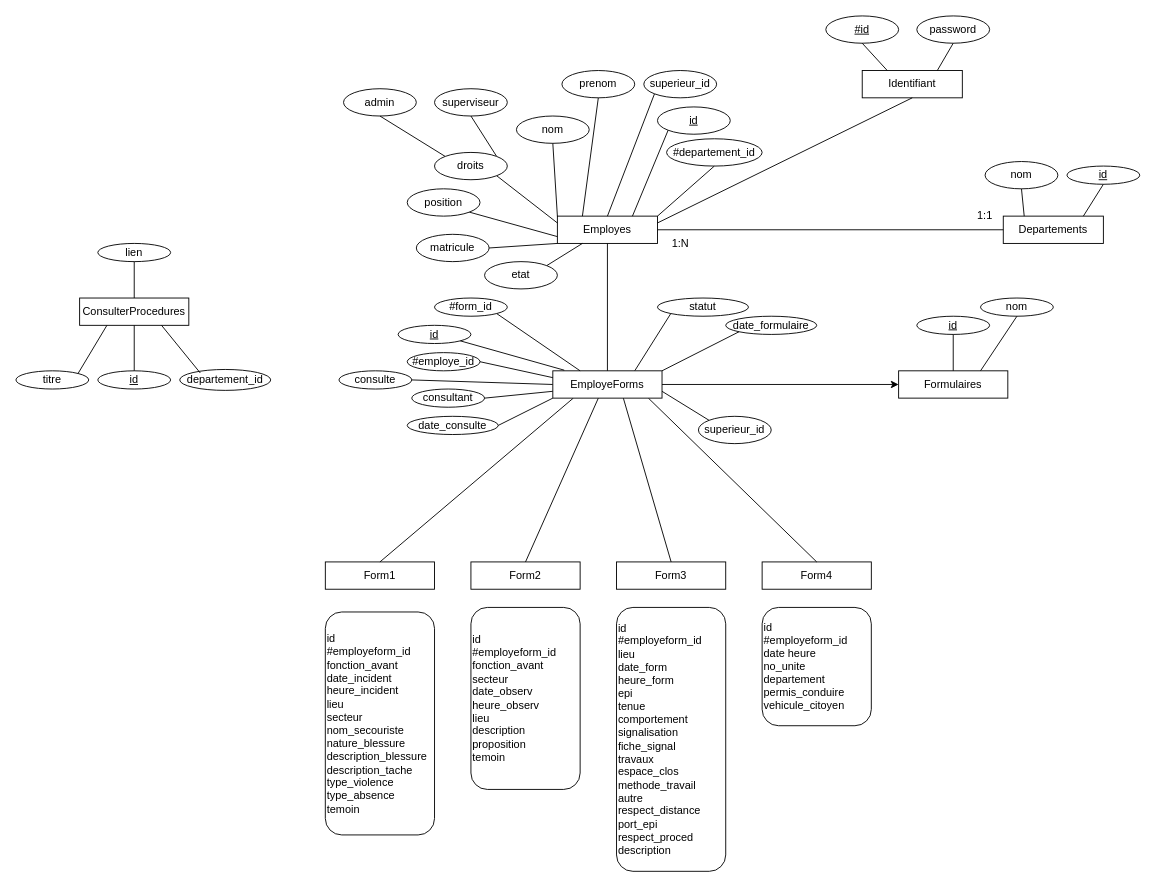
Before: Notes/BDD/BDD.drawio in antoineg94/Projet-integration, a draw.io diagram. Source tidied: cells renumbered, new cells numbered last; positions are measured from the earlier drawing's top-left corner, leaving out a move shared by most shapes. Both pictures are drawn from the tidied source at 91%, with x=0, y=0 at pixel (15, 15).
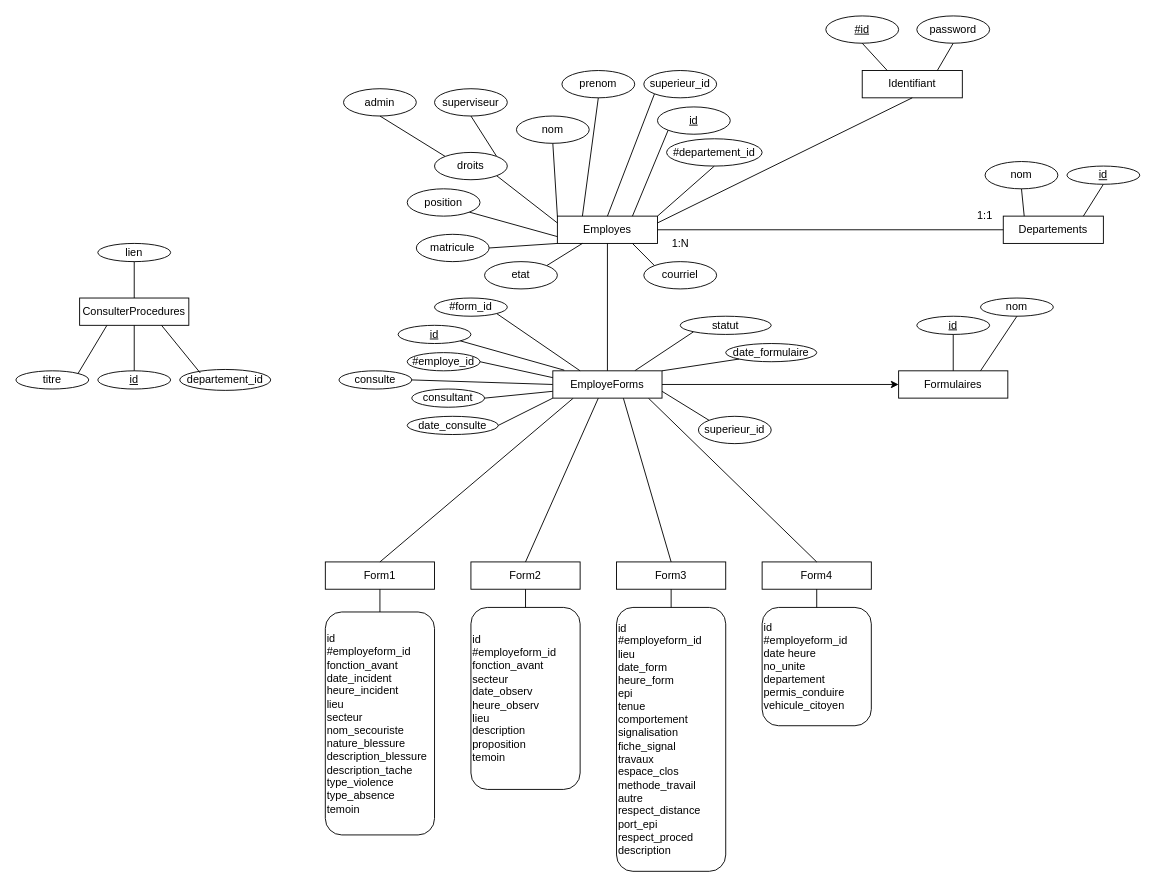
The same page after the edit.

Unchanged cells that the change refers to:
```xml
<mxCell id="2" value="Employes" style="rounded=0;whiteSpace=wrap;html=1;" parent="1" vertex="1">
  <mxGeometry x="595" y="220" width="110" height="30" as="geometry" />
</mxCell>
<mxCell id="26" value="Form1" style="rounded=0;whiteSpace=wrap;html=1;" parent="1" vertex="1">
  <mxGeometry x="340" y="600" width="120" height="30" as="geometry" />
</mxCell>
<mxCell id="27" value="Form2" style="rounded=0;whiteSpace=wrap;html=1;" parent="1" vertex="1">
  <mxGeometry x="500" y="600" width="120" height="30" as="geometry" />
</mxCell>
<mxCell id="28" value="Form3" style="rounded=0;whiteSpace=wrap;html=1;" parent="1" vertex="1">
  <mxGeometry x="660" y="600" width="120" height="30" as="geometry" />
</mxCell>
<mxCell id="29" value="Form4" style="rounded=0;whiteSpace=wrap;html=1;" parent="1" vertex="1">
  <mxGeometry x="820" y="600" width="120" height="30" as="geometry" />
</mxCell>
<mxCell id="32" value="id&lt;br&gt;#employeform_id&lt;br&gt;fonction_avant&lt;br&gt;&lt;span style=&quot;background-color: initial;&quot;&gt;date_incident&lt;/span&gt;&lt;br&gt;&lt;div style=&quot;&quot;&gt;heure_incident&lt;/div&gt;&lt;div style=&quot;&quot;&gt;lieu&lt;/div&gt;&lt;div style=&quot;&quot;&gt;secteur&lt;/div&gt;&lt;div style=&quot;&quot;&gt;nom_secouriste&lt;/div&gt;&lt;div style=&quot;&quot;&gt;nature_blessure&lt;/div&gt;&lt;div style=&quot;&quot;&gt;description_blessure&lt;/div&gt;&lt;div style=&quot;&quot;&gt;description_tache&lt;/div&gt;&lt;div style=&quot;&quot;&gt;type_violence&lt;/div&gt;&lt;div style=&quot;&quot;&gt;type_absence&lt;/div&gt;&lt;div style=&quot;&quot;&gt;temoin&lt;/div&gt;" style="rounded=1;whiteSpace=wrap;html=1;align=left;" parent="1" vertex="1">
  <mxGeometry x="340" y="655" width="120" height="245" as="geometry" />
</mxCell>
<mxCell id="33" value="id&lt;br&gt;#employeform_id&lt;br&gt;fonction_avant&lt;br&gt;&lt;span style=&quot;background-color: initial;&quot;&gt;secteur&lt;/span&gt;&lt;br&gt;&lt;div style=&quot;&quot;&gt;date_observ&lt;/div&gt;&lt;div style=&quot;&quot;&gt;heure_observ&lt;/div&gt;&lt;div style=&quot;&quot;&gt;lieu&lt;/div&gt;&lt;div style=&quot;&quot;&gt;description&lt;/div&gt;&lt;div style=&quot;&quot;&gt;proposition&lt;/div&gt;&lt;div style=&quot;&quot;&gt;temoin&lt;/div&gt;" style="rounded=1;whiteSpace=wrap;html=1;align=left;" parent="1" vertex="1">
  <mxGeometry x="500" y="650" width="120" height="200" as="geometry" />
</mxCell>
<mxCell id="34" value="id&lt;br style=&quot;border-color: var(--border-color);&quot;&gt;#employeform_id&lt;br&gt;lieu&lt;br&gt;date_form&lt;br&gt;heure_form&lt;br style=&quot;border-color: var(--border-color);&quot;&gt;&lt;div style=&quot;border-color: var(--border-color);&quot;&gt;epi&lt;/div&gt;&lt;div style=&quot;border-color: var(--border-color);&quot;&gt;tenue&lt;/div&gt;&lt;div style=&quot;border-color: var(--border-color);&quot;&gt;comportement&lt;/div&gt;&lt;div style=&quot;border-color: var(--border-color);&quot;&gt;signalisation&lt;/div&gt;&lt;div style=&quot;border-color: var(--border-color);&quot;&gt;fiche_signal&lt;/div&gt;&lt;div style=&quot;border-color: var(--border-color);&quot;&gt;travaux&lt;/div&gt;&lt;div style=&quot;border-color: var(--border-color);&quot;&gt;espace_clos&lt;/div&gt;&lt;div style=&quot;border-color: var(--border-color);&quot;&gt;methode_travail&lt;/div&gt;&lt;div style=&quot;border-color: var(--border-color);&quot;&gt;autre&lt;/div&gt;&lt;div style=&quot;border-color: var(--border-color);&quot;&gt;respect_distance&lt;/div&gt;&lt;div style=&quot;border-color: var(--border-color);&quot;&gt;port_epi&lt;/div&gt;&lt;div style=&quot;border-color: var(--border-color);&quot;&gt;respect_proced&lt;/div&gt;&lt;div style=&quot;border-color: var(--border-color);&quot;&gt;description&lt;/div&gt;" style="rounded=1;whiteSpace=wrap;html=1;align=left;" parent="1" vertex="1">
  <mxGeometry x="660" y="650" width="120" height="290" as="geometry" />
</mxCell>
<mxCell id="35" value="id&lt;br style=&quot;border-color: var(--border-color);&quot;&gt;#employeform_id&lt;br&gt;date heure&lt;br&gt;no_unite&lt;br&gt;departement&lt;br&gt;permis_conduire&lt;br&gt;vehicule_citoyen" style="rounded=1;whiteSpace=wrap;html=1;align=left;" parent="1" vertex="1">
  <mxGeometry x="820" y="650" width="120" height="130" as="geometry" />
</mxCell>
```

The edit, as a diff of the source:
```diff
@@
     <mxCell id="24" value="statut" style="ellipse;whiteSpace=wrap;html=1;" parent="1" vertex="1">
-      <mxGeometry x="705" y="310" width="100" height="20" as="geometry" />
+      <mxGeometry x="730" y="330" width="100" height="20" as="geometry" />
     </mxCell>
@@
     <mxCell id="62" value="date_formulaire" style="ellipse;whiteSpace=wrap;html=1;" parent="1" vertex="1">
-      <mxGeometry x="780" y="330" width="100" height="20" as="geometry" />
+      <mxGeometry x="780" y="360" width="100" height="20" as="geometry" />
     </mxCell>
@@
+    <mxCell id="86" value="courriel" style="ellipse;whiteSpace=wrap;html=1;" parent="1" vertex="1">
+      <mxGeometry x="690" y="270" width="80" height="30" as="geometry" />
+    </mxCell>
+    <mxCell id="87" style="endArrow=none;html=1;rounded=0;entryX=0.75;entryY=1;entryDx=0;entryDy=0;exitX=0;exitY=0;exitDx=0;exitDy=0;" parent="1" edge="1" source="86" target="2">
+      <mxGeometry relative="1" as="geometry" />
+    </mxCell>
+    <mxCell id="88" style="endArrow=none;html=1;rounded=0;entryX=0.5;entryY=1;entryDx=0;entryDy=0;exitX=0.5;exitY=0;exitDx=0;exitDy=0;" parent="1" edge="1" source="32" target="26">
+      <mxGeometry relative="1" as="geometry" />
+    </mxCell>
+    <mxCell id="89" style="endArrow=none;html=1;rounded=0;entryX=0.5;entryY=1;entryDx=0;entryDy=0;exitX=0.5;exitY=0;exitDx=0;exitDy=0;" parent="1" edge="1" source="33" target="27">
+      <mxGeometry relative="1" as="geometry" />
+    </mxCell>
+    <mxCell id="90" style="endArrow=none;html=1;rounded=0;entryX=0.5;entryY=1;entryDx=0;entryDy=0;exitX=0.5;exitY=0;exitDx=0;exitDy=0;" parent="1" edge="1" source="34" target="28">
+      <mxGeometry relative="1" as="geometry" />
+    </mxCell>
+    <mxCell id="91" style="endArrow=none;html=1;rounded=0;entryX=0.5;entryY=1;entryDx=0;entryDy=0;exitX=0.5;exitY=0;exitDx=0;exitDy=0;" parent="1" edge="1" source="35" target="29">
+      <mxGeometry relative="1" as="geometry" />
+    </mxCell>
```
